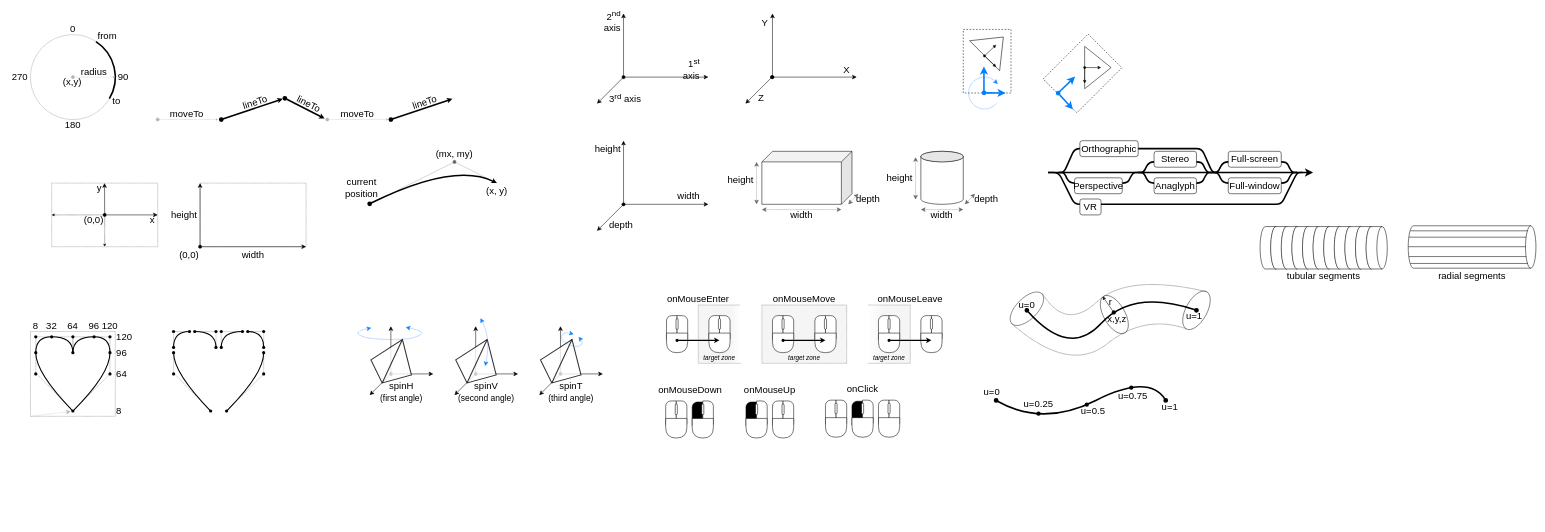
boytchev/suica keeps this draw.io diagram as docs/images/images.drawio. Above is the earlier version. Source tidied: cells renumbered, new cells numbered last; positions are measured from the earlier drawing's top-left corner, leaving out a move shared by most shapes. Both pictures are drawn from the tidied source at 53%, with x=0, y=0 at pixel (9, 13).
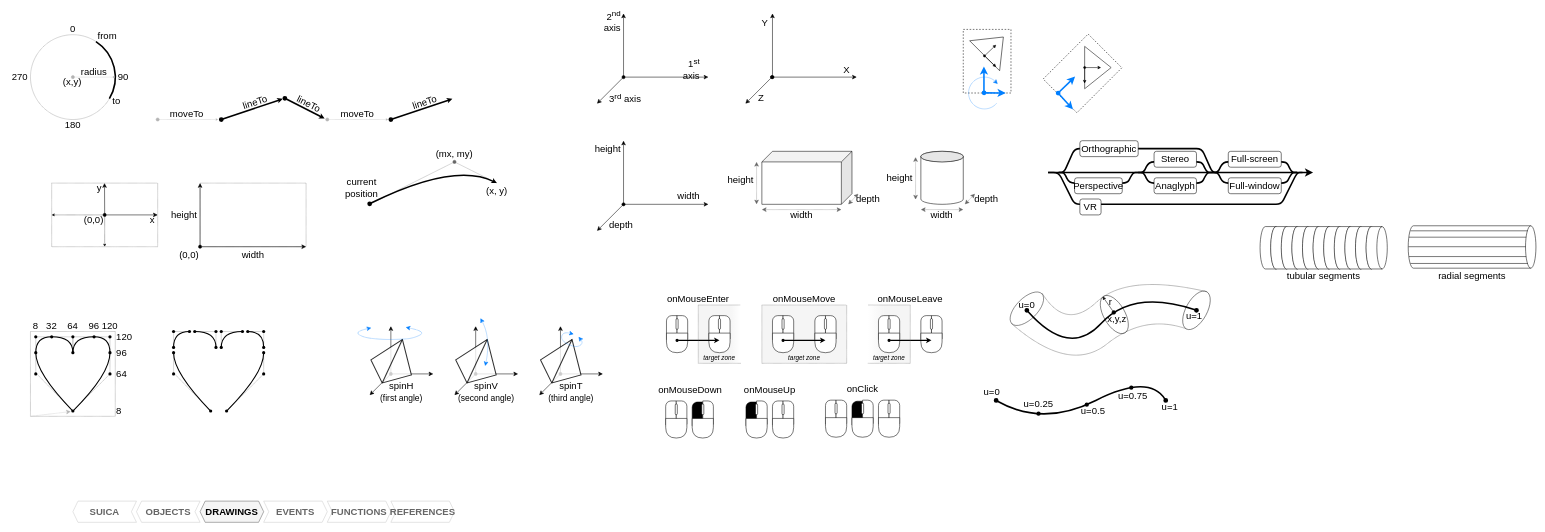
The same diagram, later.

Commit message (it also covers changes not shown here):
Testing split docs

Diff of the diagram source:
```diff
@@
+    <mxCell id="310" style="verticalLabelPosition=bottom;verticalAlign=top;html=1;shape=mxgraph.basic.polygon;polyCoords=[[0.08,0],[0.92,0],[1,0.5],[1,0.5],[0.92,1],[0.08,1],[0,0.5],[0,0.5]];polyline=0;fillColor=#f5f5f5;fontColor=#333333;strokeColor=#666666;" parent="1" vertex="1">
+      <mxGeometry x="360" y="920" width="120" height="40" as="geometry" />
+    </mxCell>
+    <mxCell id="311" value="DRAWINGS" style="text;html=1;strokeColor=none;fillColor=none;align=center;verticalAlign=middle;whiteSpace=wrap;rounded=0;fontFamily=Calibri;fontSize=18;fontStyle=1;" parent="1" vertex="1">
+      <mxGeometry x="370" y="930" width="100" height="20" as="geometry" />
+    </mxCell>
+    <mxCell id="312" style="verticalLabelPosition=bottom;verticalAlign=top;html=1;shape=mxgraph.basic.polygon;polyCoords=[[0,0],[0.92,0],[1,0.5],[1,0.5],[0.92,1],[0,1],[0.08,0.5],[0.08,0.5]];polyline=0;fillColor=none;fontColor=#333333;strokeColor=#CCCCCC;" parent="1" vertex="1">
+      <mxGeometry x="480" y="920" width="120" height="40" as="geometry" />
+    </mxCell>
+    <mxCell id="313" value="EVENTS" style="text;html=1;strokeColor=none;fillColor=none;align=center;verticalAlign=middle;whiteSpace=wrap;rounded=0;fontFamily=Calibri;fontSize=18;fontStyle=1;fontColor=#666666;" parent="1" vertex="1">
+      <mxGeometry x="490" y="930" width="100" height="20" as="geometry" />
+    </mxCell>
+    <mxCell id="314" style="verticalLabelPosition=bottom;verticalAlign=top;html=1;shape=mxgraph.basic.polygon;polyCoords=[[0,0],[0.92,0],[1,0.5],[1,0.5],[0.92,1],[0,1],[0.08,0.5],[0.08,0.5]];polyline=0;fillColor=none;fontColor=#333333;strokeColor=#CCCCCC;" parent="1" vertex="1">
+      <mxGeometry x="600" y="920" width="120" height="40" as="geometry" />
+    </mxCell>
+    <mxCell id="315" value="FUNCTIONS" style="text;html=1;strokeColor=none;fillColor=none;align=center;verticalAlign=middle;whiteSpace=wrap;rounded=0;fontFamily=Calibri;fontSize=18;fontStyle=1;fontColor=#666666;" parent="1" vertex="1">
+      <mxGeometry x="610" y="930" width="100" height="20" as="geometry" />
+    </mxCell>
+    <mxCell id="316" style="verticalLabelPosition=bottom;verticalAlign=top;html=1;shape=mxgraph.basic.polygon;polyCoords=[[0,0],[0.92,0],[1,0.5],[1,0.5],[0.92,1],[0,1],[0.08,0.5],[0.08,0.5]];polyline=0;fillColor=none;fontColor=#333333;strokeColor=#CCCCCC;" parent="1" vertex="1">
+      <mxGeometry x="720" y="920" width="120" height="40" as="geometry" />
+    </mxCell>
+    <mxCell id="317" value="REFERENCES" style="text;html=1;strokeColor=none;fillColor=none;align=center;verticalAlign=middle;whiteSpace=wrap;rounded=0;fontFamily=Calibri;fontSize=18;fontStyle=1;fontColor=#666666;" parent="1" vertex="1">
+      <mxGeometry x="730" y="930" width="100" height="20" as="geometry" />
+    </mxCell>
+    <mxCell id="318" style="verticalLabelPosition=bottom;verticalAlign=top;html=1;shape=mxgraph.basic.polygon;polyCoords=[[0.08,0],[1,0],[0.92,0.5],[0.92,0.5],[1,1],[0.08,1],[0,0.5],[0,0.5]];polyline=0;fillColor=none;fontColor=#333333;strokeColor=#CCCCCC;" parent="1" vertex="1">
+      <mxGeometry x="120" y="920" width="120" height="40" as="geometry" />
+    </mxCell>
+    <mxCell id="319" value="SUICA" style="text;html=1;strokeColor=none;fillColor=none;align=center;verticalAlign=middle;whiteSpace=wrap;rounded=0;fontFamily=Calibri;fontSize=18;fontStyle=1;fontColor=#666666;" parent="1" vertex="1">
+      <mxGeometry x="130" y="930" width="100" height="20" as="geometry" />
+    </mxCell>
+    <mxCell id="320" style="verticalLabelPosition=bottom;verticalAlign=top;html=1;shape=mxgraph.basic.polygon;polyCoords=[[0.08,0],[1,0],[0.92,0.5],[0.92,0.5],[1,1],[0.08,1],[0,0.5],[0,0.5]];polyline=0;fillColor=none;fontColor=#333333;strokeColor=#CCCCCC;" parent="1" vertex="1">
+      <mxGeometry x="240" y="920" width="120" height="40" as="geometry" />
+    </mxCell>
+    <mxCell id="321" value="OBJECTS" style="text;html=1;strokeColor=none;fillColor=none;align=center;verticalAlign=middle;whiteSpace=wrap;rounded=0;fontFamily=Calibri;fontSize=18;fontStyle=1;fontColor=#666666;" parent="1" vertex="1">
+      <mxGeometry x="250" y="930" width="100" height="20" as="geometry" />
+    </mxCell>
```
